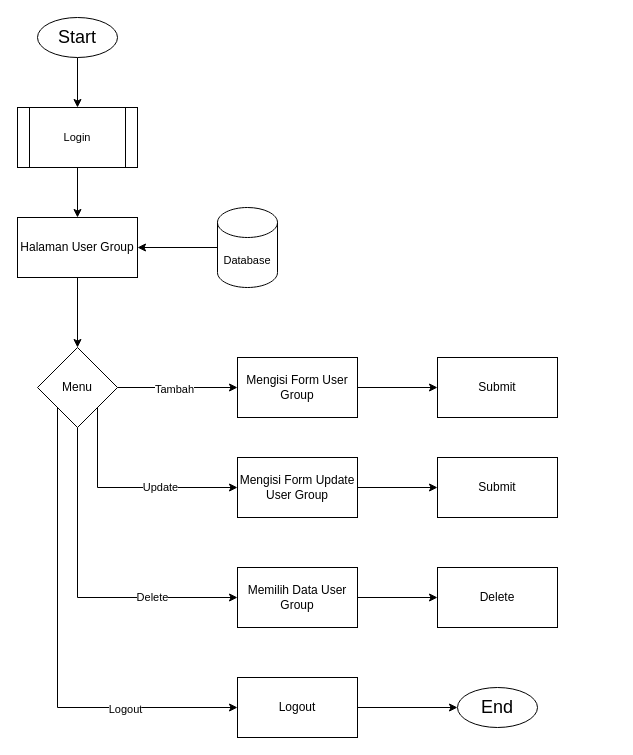
umarshd/dfd-skripsi keeps this draw.io diagram as page "Mengelolah Data User Group" (8 of 24) of Sistem Informasi Perpustakaan Terpadu/Diagram Tanpa Judul.drawio. Above is the earlier version. Source tidied: cells renumbered, new cells numbered last; positions are measured from the earlier drawing's top-left corner, leaving out a move shared by most shapes. Both pictures are drawn from the tidied source at 100%, with x=0, y=0 at pixel (17, 17).
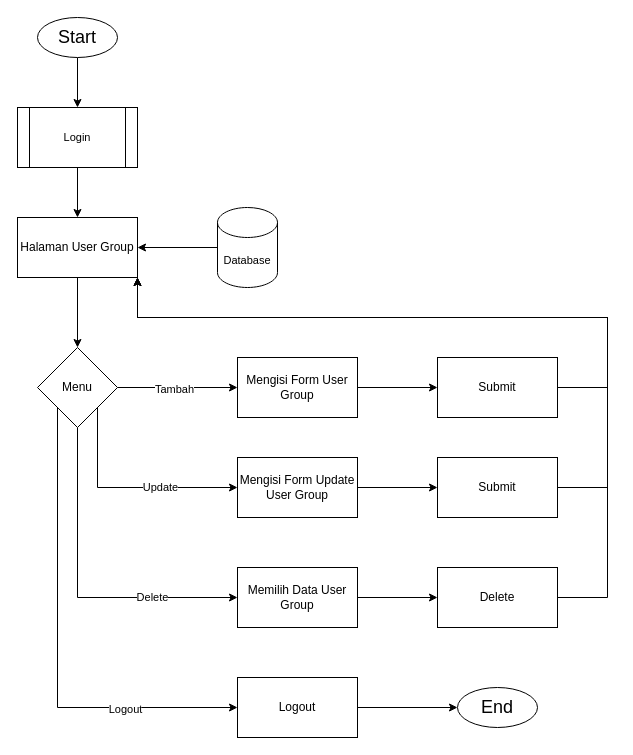
Above is the later version.

Unchanged cells that the change refers to:
```xml
<mxCell id="5" value="Halaman User Group" style="whiteSpace=wrap;html=1;" parent="1" vertex="1">
  <mxGeometry y="200" width="120" height="60" as="geometry" />
</mxCell>
<mxCell id="22" value="Submit" style="whiteSpace=wrap;html=1;" parent="1" vertex="1">
  <mxGeometry x="420" y="340" width="120" height="60" as="geometry" />
</mxCell>
<mxCell id="25" value="Submit" style="whiteSpace=wrap;html=1;" parent="1" vertex="1">
  <mxGeometry x="420" y="440" width="120" height="60" as="geometry" />
</mxCell>
<mxCell id="28" value="Delete" style="whiteSpace=wrap;html=1;" parent="1" vertex="1">
  <mxGeometry x="420" y="550" width="120" height="60" as="geometry" />
</mxCell>
```

The edit, as a diff of the source:
```diff
@@
+    <mxCell id="31" style="edgeStyle=orthogonalEdgeStyle;shape=connector;rounded=0;jettySize=auto;html=1;labelBackgroundColor=default;strokeColor=default;fontFamily=Helvetica;fontSize=11;fontColor=default;endArrow=classic;endFill=1;entryX=1;entryY=1;entryDx=0;entryDy=0;" parent="1" edge="1" source="22" target="5">
+      <mxGeometry relative="1" as="geometry">
+        <Array as="points">
+          <mxPoint x="590" y="370" />
+          <mxPoint x="590" y="300" />
+          <mxPoint x="120" y="300" />
+        </Array>
+      </mxGeometry>
+    </mxCell>
@@
+    <mxCell id="32" style="edgeStyle=orthogonalEdgeStyle;shape=connector;rounded=0;jettySize=auto;html=1;entryX=1;entryY=1;entryDx=0;entryDy=0;labelBackgroundColor=default;strokeColor=default;fontFamily=Helvetica;fontSize=11;fontColor=default;endArrow=classic;endFill=1;" parent="1" edge="1" source="25" target="5">
+      <mxGeometry relative="1" as="geometry">
+        <Array as="points">
+          <mxPoint x="590" y="470" />
+          <mxPoint x="590" y="300" />
+          <mxPoint x="120" y="300" />
+        </Array>
+      </mxGeometry>
+    </mxCell>
@@
+    <mxCell id="33" style="edgeStyle=orthogonalEdgeStyle;shape=connector;rounded=0;jettySize=auto;html=1;labelBackgroundColor=default;strokeColor=default;fontFamily=Helvetica;fontSize=11;fontColor=default;endArrow=classic;endFill=1;entryX=1;entryY=1;entryDx=0;entryDy=0;" parent="1" edge="1" source="28" target="5">
+      <mxGeometry relative="1" as="geometry">
+        <Array as="points">
+          <mxPoint x="590" y="580" />
+          <mxPoint x="590" y="300" />
+          <mxPoint x="120" y="300" />
+        </Array>
+      </mxGeometry>
+    </mxCell>
```
